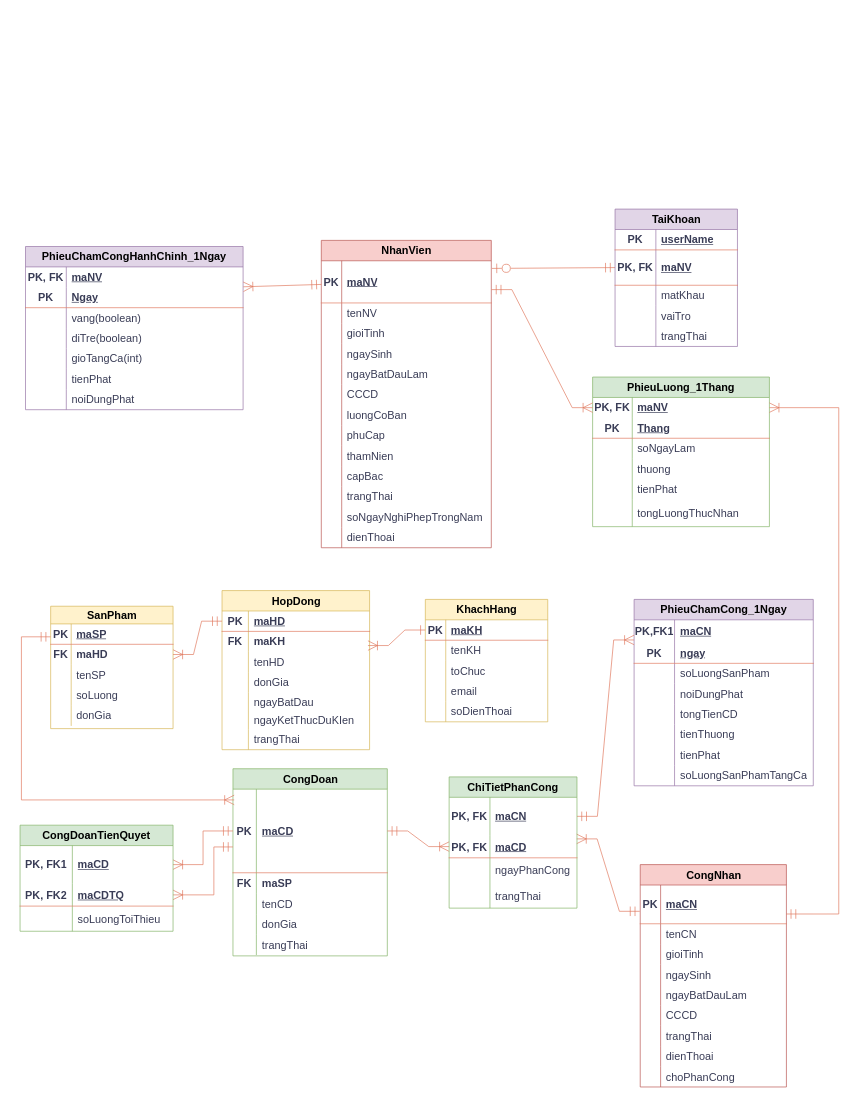
TomTom2k/-management-of-a-ceramic-processing-company keeps this draw.io diagram as page "Class Nè" (2 of 2) of EntityRelationshipDiagram.drawio. Above is the earlier version. Source tidied: cells renumbered, new cells numbered last; positions are measured from the earlier drawing's top-left corner, leaving out a move shared by most shapes. Both pictures are drawn from the tidied source at 68%, with x=0, y=0 at pixel (20, 209).
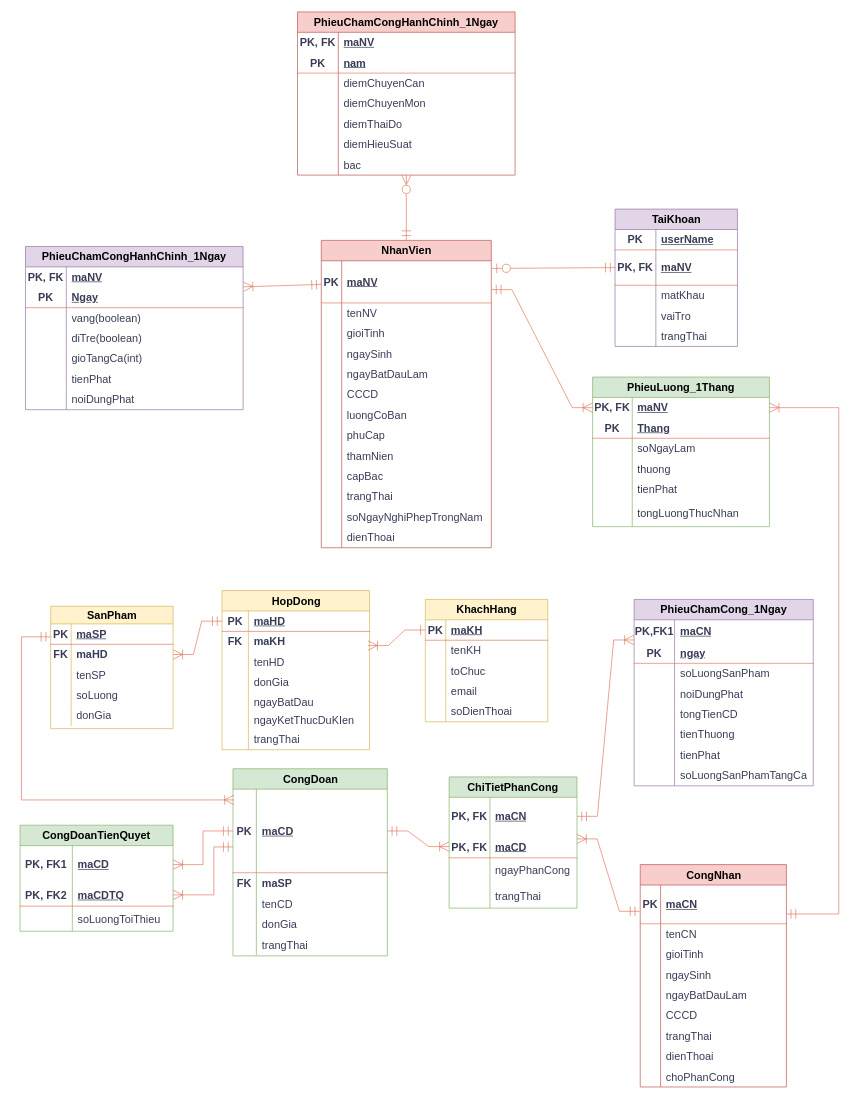
The same page after the edit.

The change refers to these unchanged cells:
```xml
<mxCell id="125" value="NhanVien" style="shape=table;startSize=30;childLayout=tableLayout;rowLines=0;fontStyle=1;align=center;html=1;labelBackgroundColor=none;fillColor=#f8cecc;strokeColor=#b85450;fontSize=16;" parent="1" vertex="1">
  <mxGeometry x="443" y="46" width="250" height="452" as="geometry" />
</mxCell>
```

The edit, as a diff of the source:
```diff
@@
+    <mxCell id="257" value="PhieuChamCongHanhChinh_1Ngay" style="shape=table;startSize=30;childLayout=tableLayout;rowLines=0;fontStyle=1;align=center;html=1;whiteSpace=wrap;labelBackgroundColor=none;fillColor=#f8cecc;strokeColor=#b85450;fontSize=16;" parent="1" vertex="1">
+      <mxGeometry x="408" y="-290" width="320" height="240" as="geometry" />
+    </mxCell>
+    <mxCell id="258" style="shape=tableRow;horizontal=0;startSize=0;swimlaneHead=0;swimlaneBody=0;fillColor=none;top=0;left=0;right=0;bottom=0;html=1;labelBackgroundColor=none;strokeColor=#E07A5F;fontColor=#393C56;fontSize=16;" parent="257" vertex="1">
+      <mxGeometry y="30" width="320" height="30" as="geometry" />
+    </mxCell>
+    <mxCell id="259" value="PK, FK" style="shape=partialRectangle;fillColor=none;top=0;left=0;bottom=0;right=0;fontStyle=1;overflow=hidden;html=1;whiteSpace=wrap;labelBackgroundColor=none;strokeColor=#E07A5F;fontColor=#393C56;fontSize=16;" parent="258" vertex="1">
+      <mxGeometry width="60" height="30" as="geometry" />
+    </mxCell>
+    <mxCell id="260" value="maNV" style="shape=partialRectangle;fillColor=none;top=0;left=0;bottom=0;right=0;align=left;spacingLeft=6;fontStyle=5;overflow=hidden;html=1;whiteSpace=wrap;labelBackgroundColor=none;strokeColor=#E07A5F;fontColor=#393C56;fontSize=16;" parent="258" vertex="1">
+      <mxGeometry x="60" width="260" height="30" as="geometry" />
+    </mxCell>
+    <mxCell id="261" style="shape=tableRow;horizontal=0;startSize=0;swimlaneHead=0;swimlaneBody=0;fillColor=none;top=0;left=0;right=0;bottom=1;html=1;labelBackgroundColor=none;strokeColor=#E07A5F;fontColor=#393C56;fontSize=16;" parent="257" vertex="1">
+      <mxGeometry y="60" width="320" height="30" as="geometry" />
+    </mxCell>
+    <mxCell id="262" value="PK" style="shape=partialRectangle;fillColor=none;top=0;left=0;bottom=0;right=0;fontStyle=1;overflow=hidden;html=1;whiteSpace=wrap;labelBackgroundColor=none;strokeColor=#E07A5F;fontColor=#393C56;fontSize=16;" parent="261" vertex="1">
+      <mxGeometry width="60" height="30" as="geometry" />
+    </mxCell>
+    <mxCell id="263" value="nam" style="shape=partialRectangle;fillColor=none;top=0;left=0;bottom=0;right=0;align=left;spacingLeft=6;fontStyle=5;overflow=hidden;html=1;whiteSpace=wrap;labelBackgroundColor=none;strokeColor=#E07A5F;fontColor=#393C56;fontSize=16;" parent="261" vertex="1">
+      <mxGeometry x="60" width="260" height="30" as="geometry" />
+    </mxCell>
+    <mxCell id="264" style="shape=tableRow;horizontal=0;startSize=0;swimlaneHead=0;swimlaneBody=0;fillColor=none;top=0;left=0;right=0;bottom=0;html=1;labelBackgroundColor=none;strokeColor=#E07A5F;fontColor=#393C56;fontSize=16;" parent="257" vertex="1">
+      <mxGeometry y="90" width="320" height="30" as="geometry" />
+    </mxCell>
+    <mxCell id="265" style="shape=partialRectangle;fillColor=none;top=0;left=0;bottom=0;right=0;overflow=hidden;html=1;whiteSpace=wrap;labelBackgroundColor=none;strokeColor=#E07A5F;fontColor=#393C56;fontSize=16;" parent="264" vertex="1">
+      <mxGeometry width="60" height="30" as="geometry" />
+    </mxCell>
+    <mxCell id="266" value="diemChuyenCan" style="shape=partialRectangle;fillColor=none;top=0;left=0;bottom=0;right=0;align=left;spacingLeft=6;overflow=hidden;html=1;whiteSpace=wrap;labelBackgroundColor=none;strokeColor=#E07A5F;fontColor=#393C56;fontSize=16;" parent="264" vertex="1">
+      <mxGeometry x="60" width="260" height="30" as="geometry" />
+    </mxCell>
+    <mxCell id="267" style="shape=tableRow;horizontal=0;startSize=0;swimlaneHead=0;swimlaneBody=0;fillColor=none;top=0;left=0;right=0;bottom=0;html=1;labelBackgroundColor=none;strokeColor=#E07A5F;fontColor=#393C56;fontSize=16;" parent="257" vertex="1">
+      <mxGeometry y="120" width="320" height="30" as="geometry" />
+    </mxCell>
+    <mxCell id="268" style="shape=partialRectangle;fillColor=none;top=0;left=0;bottom=0;right=0;overflow=hidden;html=1;whiteSpace=wrap;labelBackgroundColor=none;strokeColor=#E07A5F;fontColor=#393C56;fontSize=16;" parent="267" vertex="1">
+      <mxGeometry width="60" height="30" as="geometry" />
+    </mxCell>
+    <mxCell id="269" value="diemChuyenMon" style="shape=partialRectangle;fillColor=none;top=0;left=0;bottom=0;right=0;align=left;spacingLeft=6;overflow=hidden;html=1;whiteSpace=wrap;labelBackgroundColor=none;strokeColor=#E07A5F;fontColor=#393C56;fontSize=16;" parent="267" vertex="1">
+      <mxGeometry x="60" width="260" height="30" as="geometry" />
+    </mxCell>
+    <mxCell id="270" style="shape=tableRow;horizontal=0;startSize=0;swimlaneHead=0;swimlaneBody=0;fillColor=none;top=0;left=0;right=0;bottom=0;html=1;labelBackgroundColor=none;strokeColor=#E07A5F;fontColor=#393C56;fontSize=16;" parent="257" vertex="1">
+      <mxGeometry y="150" width="320" height="30" as="geometry" />
+    </mxCell>
+    <mxCell id="271" style="shape=partialRectangle;fillColor=none;top=0;left=0;bottom=0;right=0;overflow=hidden;html=1;whiteSpace=wrap;labelBackgroundColor=none;strokeColor=#E07A5F;fontColor=#393C56;fontSize=16;" parent="270" vertex="1">
+      <mxGeometry width="60" height="30" as="geometry" />
+    </mxCell>
+    <mxCell id="272" value="diemThaiDo" style="shape=partialRectangle;fillColor=none;top=0;left=0;bottom=0;right=0;align=left;spacingLeft=6;overflow=hidden;html=1;whiteSpace=wrap;labelBackgroundColor=none;strokeColor=#E07A5F;fontColor=#393C56;fontSize=16;" parent="270" vertex="1">
+      <mxGeometry x="60" width="260" height="30" as="geometry" />
+    </mxCell>
+    <mxCell id="273" style="shape=tableRow;horizontal=0;startSize=0;swimlaneHead=0;swimlaneBody=0;fillColor=none;top=0;left=0;right=0;bottom=0;html=1;labelBackgroundColor=none;strokeColor=#E07A5F;fontColor=#393C56;fontSize=16;" parent="257" vertex="1">
+      <mxGeometry y="180" width="320" height="30" as="geometry" />
+    </mxCell>
+    <mxCell id="274" style="shape=partialRectangle;fillColor=none;top=0;left=0;bottom=0;right=0;overflow=hidden;html=1;whiteSpace=wrap;labelBackgroundColor=none;strokeColor=#E07A5F;fontColor=#393C56;fontSize=16;" parent="273" vertex="1">
+      <mxGeometry width="60" height="30" as="geometry" />
+    </mxCell>
+    <mxCell id="275" value="diemHieuSuat" style="shape=partialRectangle;fillColor=none;top=0;left=0;bottom=0;right=0;align=left;spacingLeft=6;overflow=hidden;html=1;whiteSpace=wrap;labelBackgroundColor=none;strokeColor=#E07A5F;fontColor=#393C56;fontSize=16;" parent="273" vertex="1">
+      <mxGeometry x="60" width="260" height="30" as="geometry" />
+    </mxCell>
+    <mxCell id="276" style="shape=tableRow;horizontal=0;startSize=0;swimlaneHead=0;swimlaneBody=0;fillColor=none;top=0;left=0;right=0;bottom=0;html=1;labelBackgroundColor=none;strokeColor=#E07A5F;fontColor=#393C56;fontSize=16;" parent="257" vertex="1">
+      <mxGeometry y="210" width="320" height="30" as="geometry" />
+    </mxCell>
+    <mxCell id="277" style="shape=partialRectangle;fillColor=none;top=0;left=0;bottom=0;right=0;overflow=hidden;html=1;whiteSpace=wrap;labelBackgroundColor=none;strokeColor=#E07A5F;fontColor=#393C56;fontSize=16;" parent="276" vertex="1">
+      <mxGeometry width="60" height="30" as="geometry" />
+    </mxCell>
+    <mxCell id="278" value="bac" style="shape=partialRectangle;fillColor=none;top=0;left=0;bottom=0;right=0;align=left;spacingLeft=6;overflow=hidden;html=1;whiteSpace=wrap;labelBackgroundColor=none;strokeColor=#E07A5F;fontColor=#393C56;fontSize=16;" parent="276" vertex="1">
+      <mxGeometry x="60" width="260" height="30" as="geometry" />
+    </mxCell>
+    <mxCell id="279" style="rounded=0;jettySize=auto;html=1;startArrow=ERmandOne;startFill=0;endArrow=ERzeroToMany;endFill=0;labelBackgroundColor=none;strokeColor=#E07A5F;fontColor=default;fontSize=16;endSize=12;startSize=12;exitX=0.5;exitY=0;exitDx=0;exitDy=0;" parent="1" edge="1" source="125" target="257">
+      <mxGeometry relative="1" as="geometry" />
+    </mxCell>
```
